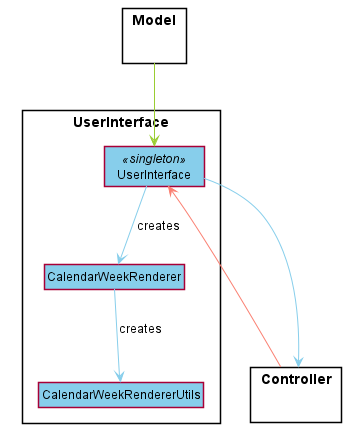
The PlantUML diagram docs/diagram/UserInterfaceComponent.png in untitle4/tp, before a commit. Source of this version:
```plantuml
@startuml
skinparam Shadowing false
skinparam MinClassWidth 100
skinparam classBackgroundColor #SkyBlue
skinparam packageStyle rectangle
hide circle
hide members

package UserInterface {
    class UserInterface <<singleton>>
    class CalendarWeekRenderer
    class CalendarWeekRendererUtils

    UserInterface -[#SkyBlue]-> CalendarWeekRenderer : creates
    CalendarWeekRenderer -[#SkyBlue][dotted]-> CalendarWeekRendererUtils : creates
}

package Model {

}

package Controller {

}

Model -[#YellowGreen]-> UserInterface
UserInterface -[#SkyBlue]--> Controller
Controller -[#Salmon]-> UserInterface



@enduml
```
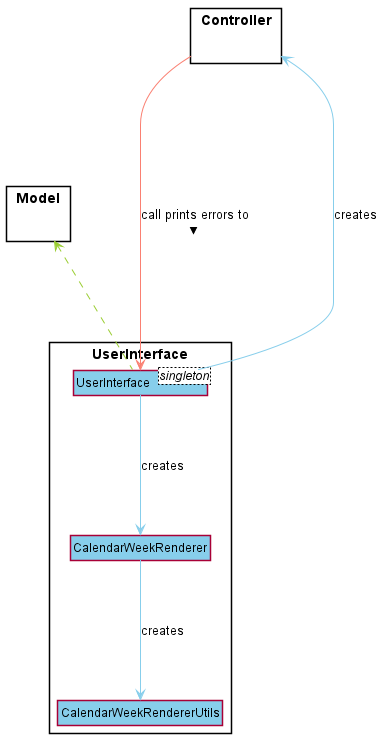
After the change.

The edit, as a diff of the source:
```diff
@@ -7,7 +7,7 @@
 hide members
 
 package UserInterface {
-    class UserInterface <<singleton>>
+    class UserInterface <singleton>
     class CalendarWeekRenderer
     class CalendarWeekRendererUtils
 
@@ -23,10 +23,8 @@
 
 }
 
-Model -[#YellowGreen]-> UserInterface
-UserInterface -[#SkyBlue]--> Controller
-Controller -[#Salmon]-> UserInterface
-
-
+Model <..[#YellowGreen]. UserInterface
+UserInterface -[#SkyBlue]--> Controller :creates
+Controller -[#Salmon]----> UserInterface :call prints errors to >
 
 @enduml
```
